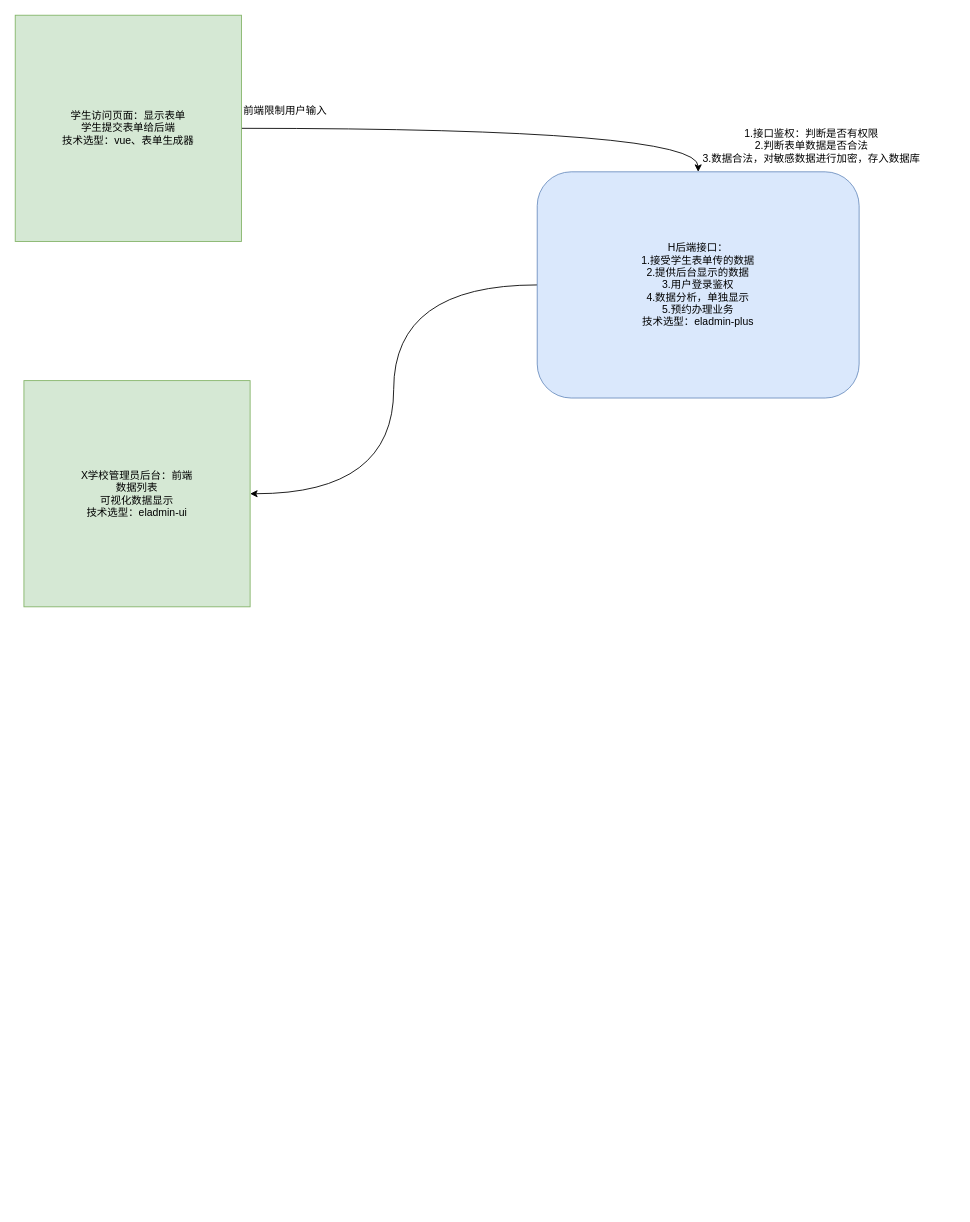
Before: 笔记/头脑风暴.drawio in MrChihiro/chihiro-notes, a draw.io diagram. Source tidied: cells renumbered, new cells numbered last; positions are measured from the earlier drawing's top-left corner, leaving out a move shared by most shapes. Both pictures are drawn from the tidied source at 87%, with x=0, y=0 at pixel (15, 15).
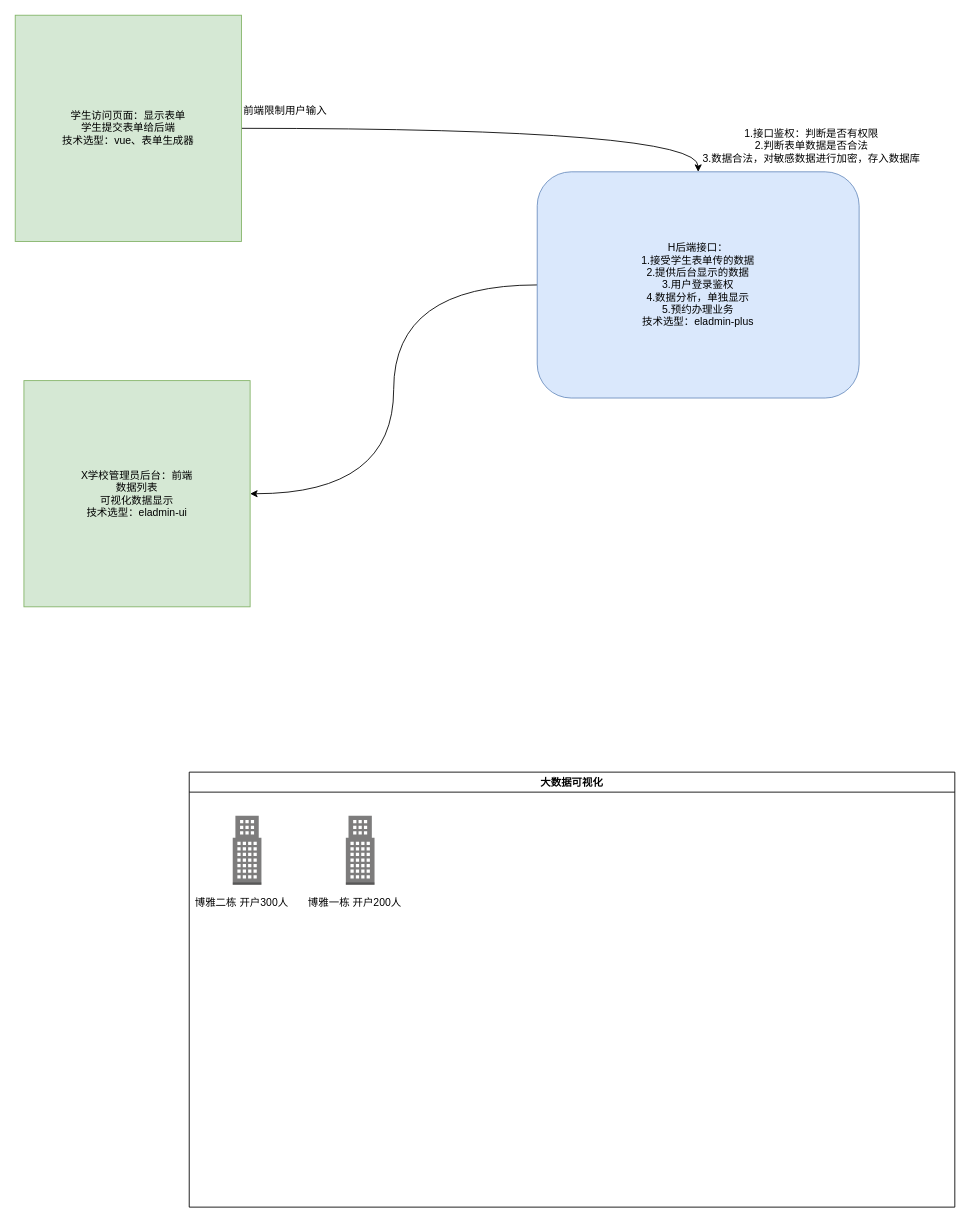
Above is the later version.

Commit message:
更新头脑风暴.drawio

The edit, as a diff of the source:
```diff
@@
 <mxGraphModel>
   <root>
     <mxCell id="0" />
     <mxCell id="1" parent="0" />
     <mxCell id="2" style="edgeStyle=orthogonalEdgeStyle;rounded=0;jettySize=auto;html=1;entryX=0.5;entryY=0;entryDx=0;entryDy=0;elbow=vertical;exitX=1;exitY=0.5;exitDx=0;exitDy=0;curved=1;" parent="1" edge="1" source="3" target="6">
       <mxGeometry relative="1" as="geometry" />
     </mxCell>
     <mxCell id="3" value="学生访问页面：显示表单&lt;br&gt;学生提交表单给后端&lt;br&gt;技术选型：vue、表单生成器&lt;br&gt;" style="whiteSpace=wrap;html=1;fillColor=#d5e8d4;strokeColor=#82b366;" parent="1" vertex="1">
       <mxGeometry width="260" height="260" as="geometry" />
     </mxCell>
     <mxCell id="4" value="X学校管理员后台：前端&lt;br&gt;数据列表&lt;br&gt;可视化数据显示&lt;br&gt;技术选型：eladmin-ui&lt;br&gt;" style="whiteSpace=wrap;html=1;fillColor=#d5e8d4;strokeColor=#82b366;" parent="1" vertex="1">
       <mxGeometry x="10" y="420" width="260" height="260" as="geometry" />
     </mxCell>
     <mxCell id="5" style="edgeStyle=orthogonalEdgeStyle;curved=1;rounded=0;jettySize=auto;html=1;elbow=vertical;" parent="1" edge="1" source="6" target="4">
       <mxGeometry relative="1" as="geometry" />
     </mxCell>
     <mxCell id="6" value="H后端接口：&lt;br&gt;1.接受学生表单传的数据&lt;br&gt;2.提供后台显示的数据&lt;br&gt;3.用户登录鉴权&lt;br&gt;4.数据分析，单独显示&lt;br&gt;5.预约办理业务&lt;br&gt;技术选型：eladmin-plus&lt;br&gt;" style="rounded=1;whiteSpace=wrap;html=1;fillColor=#dae8fc;strokeColor=#6c8ebf;" parent="1" vertex="1">
       <mxGeometry x="600" y="180" width="370" height="260" as="geometry" />
     </mxCell>
     <mxCell id="7" value="1.接口鉴权：判断是否有权限&lt;br&gt;2.判断表单数据是否合法&lt;br&gt;3.数据合法，对敏感数据进行加密，存入数据库" style="text;html=1;align=center;verticalAlign=middle;fillColor=none;strokeColor=none;rounded=0;" parent="1" vertex="1">
       <mxGeometry x="780" y="120" width="270" height="60" as="geometry" />
     </mxCell>
     <mxCell id="8" value="前端限制用户输入" style="text;html=1;align=center;verticalAlign=middle;fillColor=none;strokeColor=none;rounded=0;" parent="1" vertex="1">
       <mxGeometry x="250" y="95" width="120" height="30" as="geometry" />
     </mxCell>
+    <mxCell id="9" value="大数据可视化" style="swimlane;" parent="1" vertex="1">
+      <mxGeometry x="200" y="870" width="880" height="500" as="geometry" />
+    </mxCell>
+    <mxCell id="10" style="dashed=0;verticalLabelPosition=bottom;verticalAlign=top;align=center;html=1;shape=mxgraph.aws3.office_building;fillColor=#7D7C7C;gradientColor=none;" parent="9" vertex="1">
+      <mxGeometry x="50" y="50" width="33" height="79.5" as="geometry" />
+    </mxCell>
+    <mxCell id="11" value="博雅二栋 开户300人" style="text;html=1;align=center;verticalAlign=middle;fillColor=none;strokeColor=none;rounded=0;" parent="9" vertex="1">
+      <mxGeometry x="-5" y="135" width="130" height="30" as="geometry" />
+    </mxCell>
+    <mxCell id="12" style="dashed=0;verticalLabelPosition=bottom;verticalAlign=top;align=center;html=1;shape=mxgraph.aws3.office_building;fillColor=#7D7C7C;gradientColor=none;" parent="9" vertex="1">
+      <mxGeometry x="180" y="50" width="33" height="79.5" as="geometry" />
+    </mxCell>
+    <mxCell id="13" value="博雅一栋 开户200人" style="text;html=1;align=center;verticalAlign=middle;fillColor=none;strokeColor=none;rounded=0;" parent="9" vertex="1">
+      <mxGeometry x="125" y="135" width="130" height="30" as="geometry" />
+    </mxCell>
   </root>
 </mxGraphModel>
```
